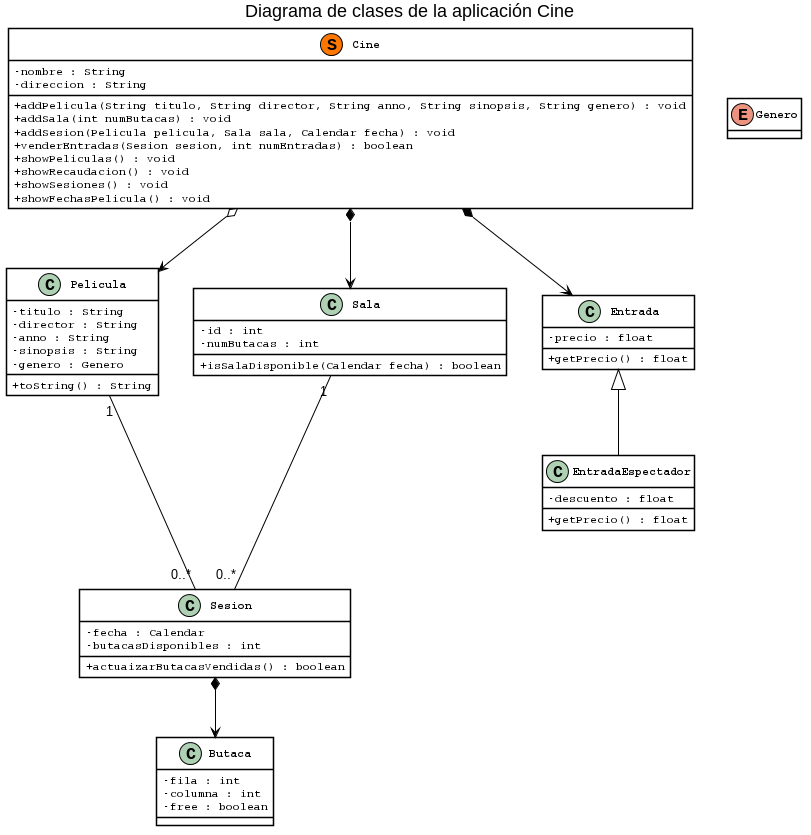
This is 3P/UML_1.png from Lletfrix/Analisis_y_Dise-o_de_Software_2017_2018, a PlantUML export, as it was before one commit.
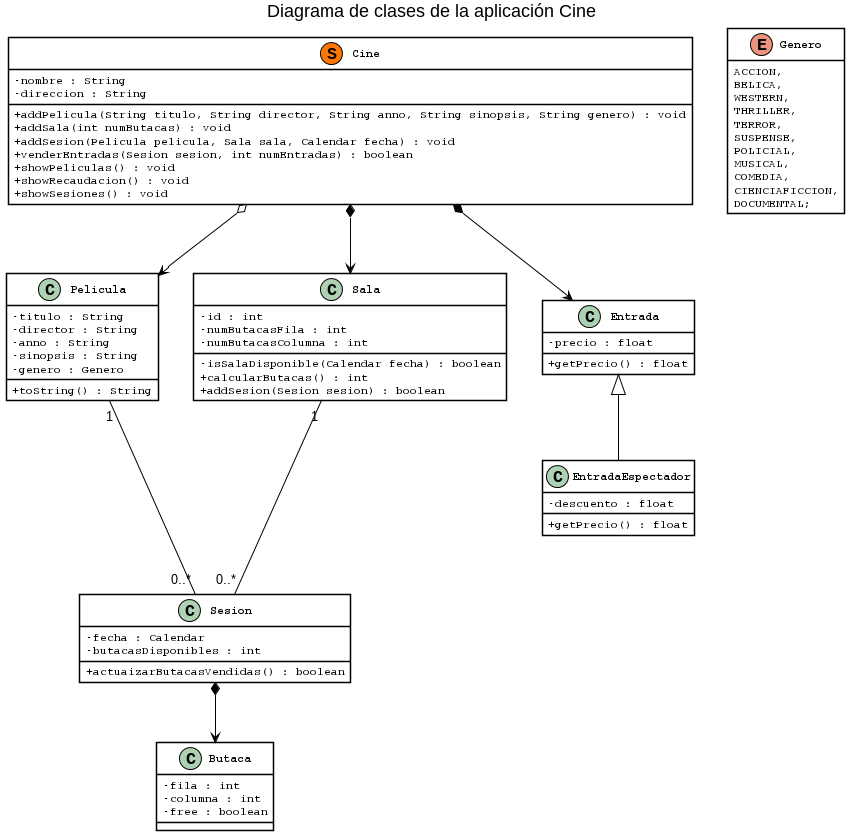
After the commit.

Diff of the diagram source:
```diff
@@ -25,7 +25,6 @@
     + showPeliculas() : void
     + showRecaudacion() : void
     + showSesiones() : void
-    + showFechasPelicula() : void
 }
 
 class Sesion {
@@ -53,9 +52,12 @@
 
 class Sala{
     - id : int
-    - numButacas : int
+    - numButacasFila : int
+    - numButacasColumna : int
 
-    + isSalaDisponible(Calendar fecha) : boolean
+    - isSalaDisponible(Calendar fecha) : boolean
+    + calcularButacas() : int
+    + addSesion(Sesion sesion) : boolean
 }
 
 class Entrada{
@@ -71,7 +73,17 @@
 }
 
 enum Genero {
-
+    ACCION,
+    BELICA,
+    WESTERN,
+    THRILLER,
+    TERROR,
+    SUSPENSE,
+    POLICIAL,
+    MUSICAL,
+    COMEDIA,
+    CIENCIAFICCION,
+    DOCUMENTAL;
 }
 
 Cine *--> Sala
```
